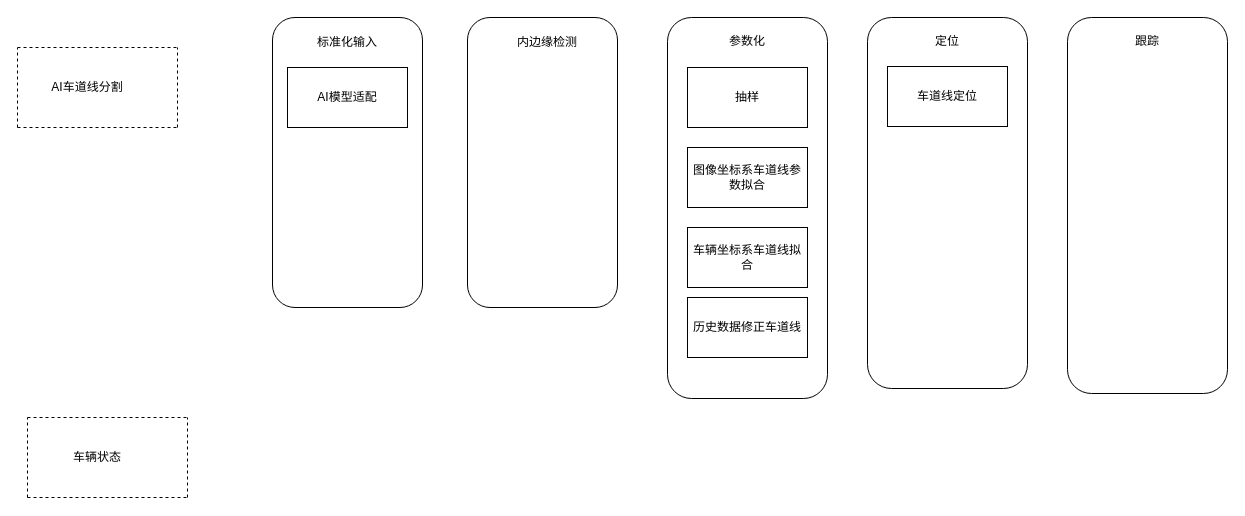
bugquella/diagrams keeps this draw.io diagram as ypilot_2022.drawio. Above is the earlier version. Source tidied: cells renumbered, new cells numbered last; positions are measured from the earlier drawing's top-left corner, leaving out a move shared by most shapes. Both pictures are drawn from the tidied source at 100%, with x=0, y=0 at pixel (17, 17).
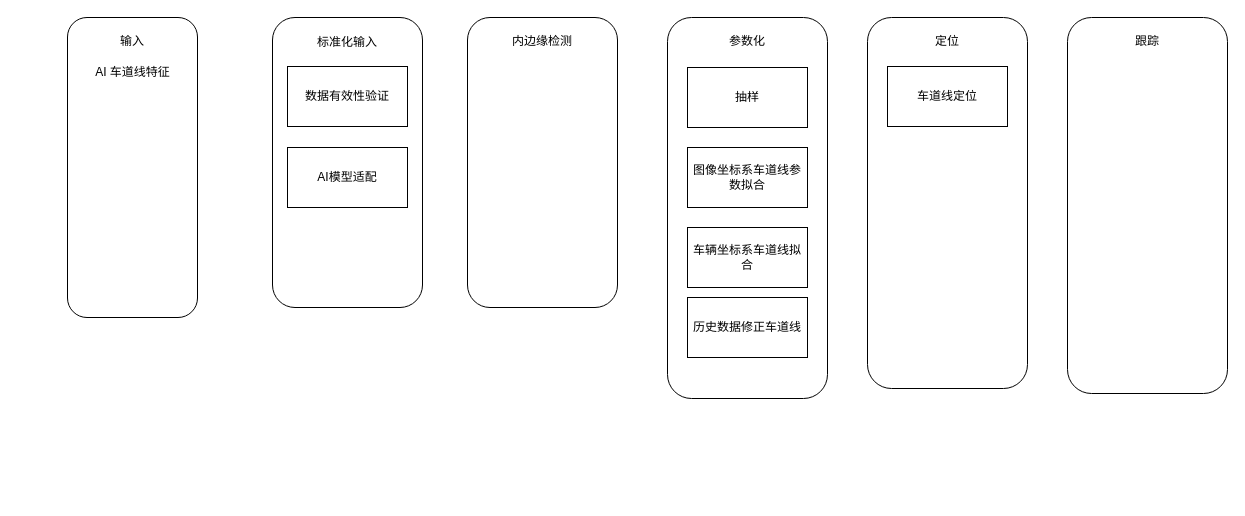
Above is the later version.

Diff of the diagram source:
```diff
@@
-    <mxCell id="7" style="group;" parent="1" vertex="1">
-      <mxGeometry y="30" width="160" height="80" as="geometry" />
-    </mxCell>
-    <mxCell id="8" style="endArrow=none;dashed=1;html=1;rounded=0;" parent="7" edge="1">
-      <mxGeometry relative="1" as="geometry">
-        <mxPoint as="sourcePoint" />
-        <mxPoint x="160" as="targetPoint" />
-      </mxGeometry>
-    </mxCell>
-    <mxCell id="9" style="endArrow=none;dashed=1;html=1;rounded=0;" parent="7" edge="1">
-      <mxGeometry relative="1" as="geometry">
-        <mxPoint y="80" as="sourcePoint" />
-        <mxPoint x="160" y="80" as="targetPoint" />
-      </mxGeometry>
-    </mxCell>
-    <mxCell id="10" style="endArrow=none;dashed=1;html=1;rounded=0;" parent="7" edge="1">
-      <mxGeometry relative="1" as="geometry">
-        <mxPoint x="160" y="80" as="sourcePoint" />
-        <mxPoint x="160" as="targetPoint" />
-      </mxGeometry>
-    </mxCell>
-    <mxCell id="11" style="endArrow=none;dashed=1;html=1;rounded=0;" parent="7" edge="1">
-      <mxGeometry relative="1" as="geometry">
-        <mxPoint y="80" as="sourcePoint" />
-        <mxPoint as="targetPoint" />
-      </mxGeometry>
-    </mxCell>
-    <mxCell id="12" value="AI车道线分割" style="text;html=1;strokeColor=none;fillColor=none;align=center;verticalAlign=middle;whiteSpace=wrap;rounded=0;" parent="7" vertex="1">
-      <mxGeometry x="30" y="25" width="80" height="30" as="geometry" />
-    </mxCell>
@@
     <mxCell id="14" value="AI模型适配" style="rounded=0;whiteSpace=wrap;html=1;" parent="1" vertex="1">
-      <mxGeometry x="270" y="50" width="120" height="60" as="geometry" />
+      <mxGeometry x="270" y="130" width="120" height="60" as="geometry" />
     </mxCell>
-    <mxCell id="15" style="group;" parent="1" vertex="1">
-      <mxGeometry x="10" y="400" width="160" height="80" as="geometry" />
-    </mxCell>
-    <mxCell id="16" style="endArrow=none;dashed=1;html=1;rounded=0;" parent="15" edge="1">
-      <mxGeometry relative="1" as="geometry">
-        <mxPoint as="sourcePoint" />
-        <mxPoint x="160" as="targetPoint" />
-      </mxGeometry>
-    </mxCell>
-    <mxCell id="17" style="endArrow=none;dashed=1;html=1;rounded=0;" parent="15" edge="1">
-      <mxGeometry relative="1" as="geometry">
-        <mxPoint y="80" as="sourcePoint" />
-        <mxPoint x="160" y="80" as="targetPoint" />
-      </mxGeometry>
-    </mxCell>
-    <mxCell id="18" style="endArrow=none;dashed=1;html=1;rounded=0;" parent="15" edge="1">
-      <mxGeometry relative="1" as="geometry">
-        <mxPoint x="160" y="80" as="sourcePoint" />
-        <mxPoint x="160" as="targetPoint" />
-      </mxGeometry>
-    </mxCell>
-    <mxCell id="19" style="endArrow=none;dashed=1;html=1;rounded=0;" parent="15" edge="1">
-      <mxGeometry relative="1" as="geometry">
-        <mxPoint y="80" as="sourcePoint" />
-        <mxPoint as="targetPoint" />
-      </mxGeometry>
-    </mxCell>
-    <mxCell id="20" value="车辆状态" style="text;html=1;strokeColor=none;fillColor=none;align=center;verticalAlign=middle;whiteSpace=wrap;rounded=0;" parent="15" vertex="1">
-      <mxGeometry x="30" y="25" width="80" height="30" as="geometry" />
-    </mxCell>
     <mxCell id="21" value="内边缘检测" style="text;html=1;strokeColor=none;fillColor=none;align=center;verticalAlign=middle;whiteSpace=wrap;rounded=0;" parent="1" vertex="1">
-      <mxGeometry x="490" y="10" width="80" height="30" as="geometry" />
+      <mxGeometry x="485" y="9" width="80" height="30" as="geometry" />
     </mxCell>
@@
+    <mxCell id="30" value="数据有效性验证" style="rounded=0;whiteSpace=wrap;html=1;" parent="1" vertex="1">
+      <mxGeometry x="270" y="49" width="120" height="60" as="geometry" />
+    </mxCell>
+    <mxCell id="31" style="rounded=1;whiteSpace=wrap;html=1;" parent="1" vertex="1">
+      <mxGeometry x="50" width="130" height="300" as="geometry" />
+    </mxCell>
+    <mxCell id="32" value="输入" style="text;html=1;strokeColor=none;fillColor=none;align=center;verticalAlign=middle;whiteSpace=wrap;rounded=0;" parent="1" vertex="1">
+      <mxGeometry x="85" y="9" width="60" height="30" as="geometry" />
+    </mxCell>
+    <mxCell id="33" value="AI 车道线特征" style="text;html=1;strokeColor=none;fillColor=none;align=center;verticalAlign=middle;whiteSpace=wrap;rounded=0;" parent="1" vertex="1">
+      <mxGeometry x="72.5" y="40" width="85" height="30" as="geometry" />
+    </mxCell>
```
